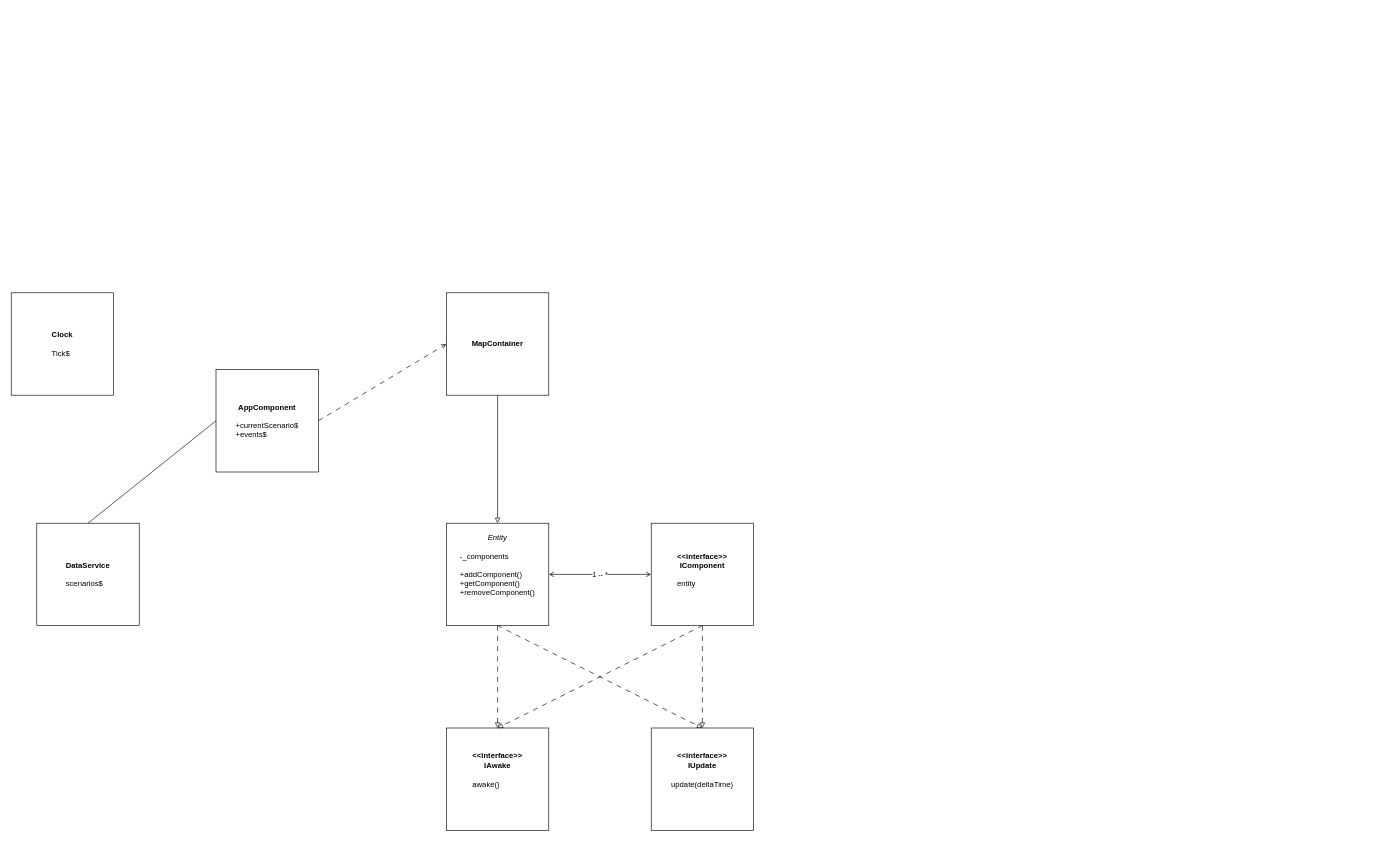
Earlier version of the draw.io diagram src/docs/uml.drawio (Matron/p1w-cli). Source tidied: cells renumbered, new cells numbered last; positions are measured from the earlier drawing's top-left corner, leaving out a move shared by most shapes. Both pictures are drawn from the tidied source at 64%, with x=0, y=0 at pixel (11, 292).
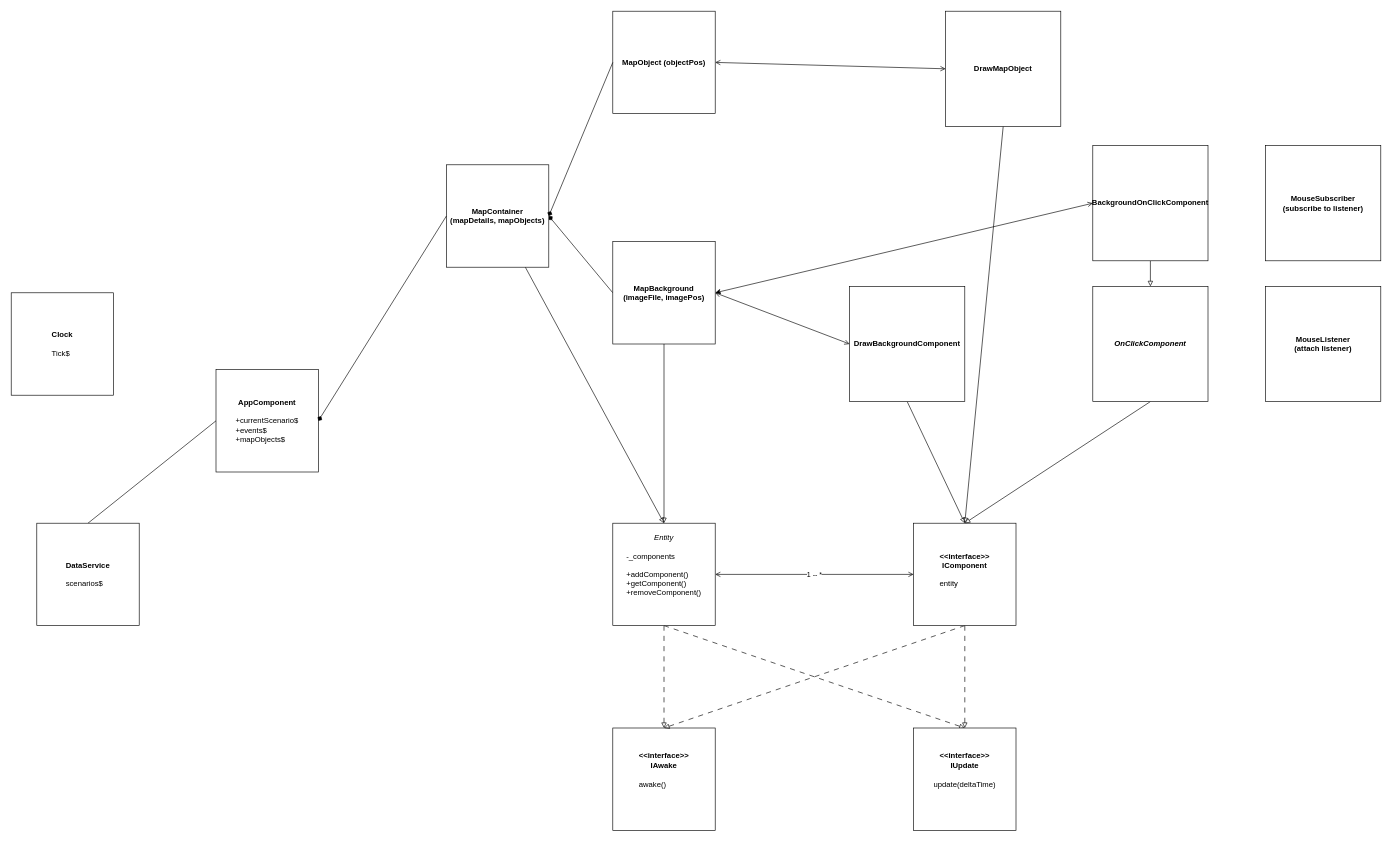
After the change.

Diff of the diagram source:
```diff
@@
+    <mxCell id="18" style="edgeStyle=none;html=1;endArrow=block;endFill=0;entryX=0.5;entryY=0;entryDx=0;entryDy=0;exitX=0.5;exitY=1;exitDx=0;exitDy=0;" parent="1" edge="1" source="26" target="10">
+      <mxGeometry relative="1" as="geometry" />
+    </mxCell>
@@
     <mxCell id="5" value="&lt;i&gt;Entity&lt;br&gt;&lt;/i&gt;&lt;div style=&quot;text-align: left;&quot;&gt;&lt;br&gt;&lt;/div&gt;&lt;div style=&quot;text-align: left;&quot;&gt;-_components&lt;/div&gt;&lt;div style=&quot;text-align: left;&quot;&gt;&lt;br&gt;&lt;/div&gt;&lt;div style=&quot;text-align: left;&quot;&gt;+addComponent()&lt;/div&gt;&lt;div style=&quot;text-align: left;&quot;&gt;+getComponent()&lt;/div&gt;&lt;div style=&quot;text-align: left;&quot;&gt;+removeComponent()&lt;/div&gt;&lt;div style=&quot;font-style: italic; text-align: left;&quot;&gt;&lt;br&gt;&lt;/div&gt;&lt;div style=&quot;font-style: italic; text-align: left;&quot;&gt;&lt;br&gt;&lt;/div&gt;" style="whiteSpace=wrap;html=1;" parent="1" vertex="1">
-      <mxGeometry x="680" y="360" width="160" height="160" as="geometry" />
+      <mxGeometry x="940" y="360" width="160" height="160" as="geometry" />
     </mxCell>
     <mxCell id="6" value="&lt;b&gt;&amp;lt;&amp;lt;interface&amp;gt;&amp;gt;&lt;br&gt;IAwake&lt;/b&gt;&lt;br&gt;&lt;br&gt;&lt;div style=&quot;text-align: left;&quot;&gt;awake()&lt;/div&gt;&lt;div style=&quot;font-style: italic; text-align: left;&quot;&gt;&lt;br&gt;&lt;/div&gt;&lt;div style=&quot;font-style: italic; text-align: left;&quot;&gt;&lt;br&gt;&lt;/div&gt;" style="whiteSpace=wrap;html=1;" parent="1" vertex="1">
-      <mxGeometry x="680" y="680" width="160" height="160" as="geometry" />
+      <mxGeometry x="940" y="680" width="160" height="160" as="geometry" />
     </mxCell>
     <mxCell id="7" value="&lt;b&gt;&amp;lt;&amp;lt;interface&amp;gt;&amp;gt;&lt;br&gt;IUpdate&lt;/b&gt;&lt;br&gt;&lt;br&gt;&lt;div style=&quot;text-align: left;&quot;&gt;update(deltaTime)&lt;/div&gt;&lt;div style=&quot;font-style: italic; text-align: left;&quot;&gt;&lt;br&gt;&lt;/div&gt;&lt;div style=&quot;font-style: italic; text-align: left;&quot;&gt;&lt;br&gt;&lt;/div&gt;" style="whiteSpace=wrap;html=1;" parent="1" vertex="1">
-      <mxGeometry x="1000" y="680" width="160" height="160" as="geometry" />
+      <mxGeometry x="1410" y="680" width="160" height="160" as="geometry" />
     </mxCell>
@@
     <mxCell id="10" value="&lt;b&gt;&amp;lt;&amp;lt;interface&amp;gt;&amp;gt;&lt;br&gt;IComponent&lt;/b&gt;&lt;br&gt;&lt;div style=&quot;text-align: left;&quot;&gt;&lt;br&gt;&lt;/div&gt;&lt;div style=&quot;text-align: left;&quot;&gt;entity&lt;/div&gt;&lt;div style=&quot;font-style: italic; text-align: left;&quot;&gt;&lt;br&gt;&lt;/div&gt;" style="whiteSpace=wrap;html=1;" parent="1" vertex="1">
-      <mxGeometry x="1000" y="360" width="160" height="160" as="geometry" />
+      <mxGeometry x="1410" y="360" width="160" height="160" as="geometry" />
     </mxCell>
-    <mxCell id="11" style="edgeStyle=none;html=1;entryX=0;entryY=0.5;entryDx=0;entryDy=0;endArrow=open;endFill=0;exitX=1;exitY=0.5;exitDx=0;exitDy=0;dashed=1;dashPattern=8 8;" parent="1" edge="1" source="13" target="15">
-      <mxGeometry relative="1" as="geometry" />
-    </mxCell>
@@
-    <mxCell id="13" value="&lt;b style=&quot;&quot;&gt;AppComponent&lt;br&gt;&lt;/b&gt;&lt;div style=&quot;text-align: left;&quot;&gt;&lt;br&gt;&lt;/div&gt;&lt;div style=&quot;text-align: left;&quot;&gt;+currentScenario$&lt;/div&gt;&lt;div style=&quot;text-align: left;&quot;&gt;+events$&lt;/div&gt;" style="whiteSpace=wrap;html=1;" parent="1" vertex="1">
+    <mxCell id="13" value="&lt;b style=&quot;&quot;&gt;AppComponent&lt;br&gt;&lt;/b&gt;&lt;div style=&quot;text-align: left;&quot;&gt;&lt;br&gt;&lt;/div&gt;&lt;div style=&quot;text-align: left;&quot;&gt;+currentScenario$&lt;/div&gt;&lt;div style=&quot;text-align: left;&quot;&gt;+events$&lt;/div&gt;&lt;div style=&quot;text-align: left;&quot;&gt;+mapObjects$&lt;/div&gt;" style="whiteSpace=wrap;html=1;" parent="1" vertex="1">
       <mxGeometry x="320" y="120" width="160" height="160" as="geometry" />
     </mxCell>
@@
+    <mxCell id="19" style="edgeStyle=none;html=1;entryX=0;entryY=0.5;entryDx=0;entryDy=0;endArrow=none;endFill=0;exitX=1;exitY=0.5;exitDx=0;exitDy=0;startArrow=diamond;startFill=1;" parent="1" edge="1" source="15" target="22">
+      <mxGeometry relative="1" as="geometry" />
+    </mxCell>
-    <mxCell id="15" value="&lt;b&gt;MapContainer&lt;/b&gt;" style="whiteSpace=wrap;html=1;" parent="1" vertex="1">
-      <mxGeometry x="680" width="160" height="160" as="geometry" />
+    <mxCell id="15" value="&lt;b&gt;MapContainer &lt;br&gt;(mapDetails, mapObjects)&lt;/b&gt;" style="whiteSpace=wrap;html=1;" parent="1" vertex="1">
+      <mxGeometry x="680" y="-200" width="160" height="160" as="geometry" />
     </mxCell>
@@
+    <mxCell id="20" style="edgeStyle=none;html=1;entryX=0.5;entryY=0;entryDx=0;entryDy=0;exitX=0.5;exitY=1;exitDx=0;exitDy=0;endArrow=block;endFill=0;" parent="1" edge="1" source="22" target="5">
+      <mxGeometry relative="1" as="geometry" />
+    </mxCell>
+    <mxCell id="21" style="edgeStyle=none;html=1;exitX=1;exitY=0.5;exitDx=0;exitDy=0;entryX=0;entryY=0.5;entryDx=0;entryDy=0;startArrow=open;startFill=0;endArrow=open;endFill=0;" parent="1" edge="1" source="22" target="31">
+      <mxGeometry relative="1" as="geometry" />
+    </mxCell>
+    <mxCell id="22" value="&lt;b&gt;MapBackground (imageFile, imagePos)&lt;/b&gt;&lt;br&gt;" style="whiteSpace=wrap;html=1;" parent="1" vertex="1">
+      <mxGeometry x="940" y="-80" width="160" height="160" as="geometry" />
+    </mxCell>
+    <mxCell id="11" style="edgeStyle=none;html=1;entryX=0;entryY=0.5;entryDx=0;entryDy=0;endArrow=none;endFill=0;exitX=1;exitY=0.5;exitDx=0;exitDy=0;startArrow=diamond;startFill=1;" parent="1" edge="1" source="13" target="15">
+      <mxGeometry relative="1" as="geometry" />
+    </mxCell>
+    <mxCell id="23" style="edgeStyle=none;html=1;entryX=0.5;entryY=0;entryDx=0;entryDy=0;exitX=0.5;exitY=1;exitDx=0;exitDy=0;endArrow=block;endFill=0;" parent="1" edge="1" source="31" target="10">
+      <mxGeometry relative="1" as="geometry" />
+    </mxCell>
+    <mxCell id="24" value="&lt;b&gt;MapObject (objectPos)&lt;/b&gt;" style="whiteSpace=wrap;html=1;" parent="1" vertex="1">
+      <mxGeometry x="940" y="-440" width="160" height="160" as="geometry" />
+    </mxCell>
+    <mxCell id="25" style="edgeStyle=none;html=1;entryX=0;entryY=0.5;entryDx=0;entryDy=0;endArrow=none;endFill=0;exitX=1;exitY=0.5;exitDx=0;exitDy=0;startArrow=diamond;startFill=1;" parent="1" edge="1" source="15" target="24">
+      <mxGeometry relative="1" as="geometry" />
+    </mxCell>
+    <mxCell id="26" value="&lt;b&gt;DrawMapObject&lt;br&gt;&lt;/b&gt;" style="whiteSpace=wrap;html=1;" parent="1" vertex="1">
+      <mxGeometry x="1460" y="-440" width="180" height="180" as="geometry" />
+    </mxCell>
+    <mxCell id="27" style="edgeStyle=none;html=1;startArrow=open;startFill=0;endArrow=open;endFill=0;exitX=1;exitY=0.5;exitDx=0;exitDy=0;entryX=0;entryY=0.5;entryDx=0;entryDy=0;" parent="1" edge="1" source="24" target="26">
+      <mxGeometry relative="1" as="geometry" />
+    </mxCell>
+    <mxCell id="28" style="edgeStyle=none;html=1;entryX=1;entryY=0.5;entryDx=0;entryDy=0;exitX=0;exitY=0.5;exitDx=0;exitDy=0;startArrow=open;startFill=0;" parent="1" edge="1" source="30" target="22">
+      <mxGeometry relative="1" as="geometry" />
+    </mxCell>
+    <mxCell id="29" style="edgeStyle=none;html=1;entryX=0.5;entryY=0;entryDx=0;entryDy=0;startArrow=none;startFill=0;endArrow=block;endFill=0;" parent="1" edge="1" source="30" target="33">
+      <mxGeometry relative="1" as="geometry" />
+    </mxCell>
+    <mxCell id="30" value="&lt;b&gt;BackgroundOnClickComponent&lt;/b&gt;" style="whiteSpace=wrap;html=1;" parent="1" vertex="1">
+      <mxGeometry x="1690" y="-230" width="180" height="180" as="geometry" />
+    </mxCell>
+    <mxCell id="31" value="&lt;b&gt;DrawBackgroundComponent&lt;/b&gt;" style="whiteSpace=wrap;html=1;" parent="1" vertex="1">
+      <mxGeometry x="1310" y="-10" width="180" height="180" as="geometry" />
+    </mxCell>
+    <mxCell id="32" style="edgeStyle=none;html=1;entryX=0.5;entryY=0;entryDx=0;entryDy=0;startArrow=none;startFill=0;endArrow=block;endFill=0;exitX=0.5;exitY=1;exitDx=0;exitDy=0;" parent="1" edge="1" source="33" target="10">
+      <mxGeometry relative="1" as="geometry" />
+    </mxCell>
+    <mxCell id="33" value="&lt;i style=&quot;&quot;&gt;&lt;b&gt;OnClickComponent&lt;/b&gt;&lt;/i&gt;" style="whiteSpace=wrap;html=1;" parent="1" vertex="1">
+      <mxGeometry x="1690" y="-10" width="180" height="180" as="geometry" />
+    </mxCell>
+    <mxCell id="34" value="&lt;b style=&quot;&quot;&gt;MouseListener&lt;br&gt;(attach listener)&lt;br&gt;&lt;/b&gt;" style="whiteSpace=wrap;html=1;" parent="1" vertex="1">
+      <mxGeometry x="1960" y="-10" width="180" height="180" as="geometry" />
+    </mxCell>
+    <mxCell id="35" value="&lt;b style=&quot;&quot;&gt;MouseSubscriber&lt;br&gt;(subscribe to listener)&lt;br&gt;&lt;/b&gt;" style="whiteSpace=wrap;html=1;" parent="1" vertex="1">
+      <mxGeometry x="1960" y="-230" width="180" height="180" as="geometry" />
+    </mxCell>
```
